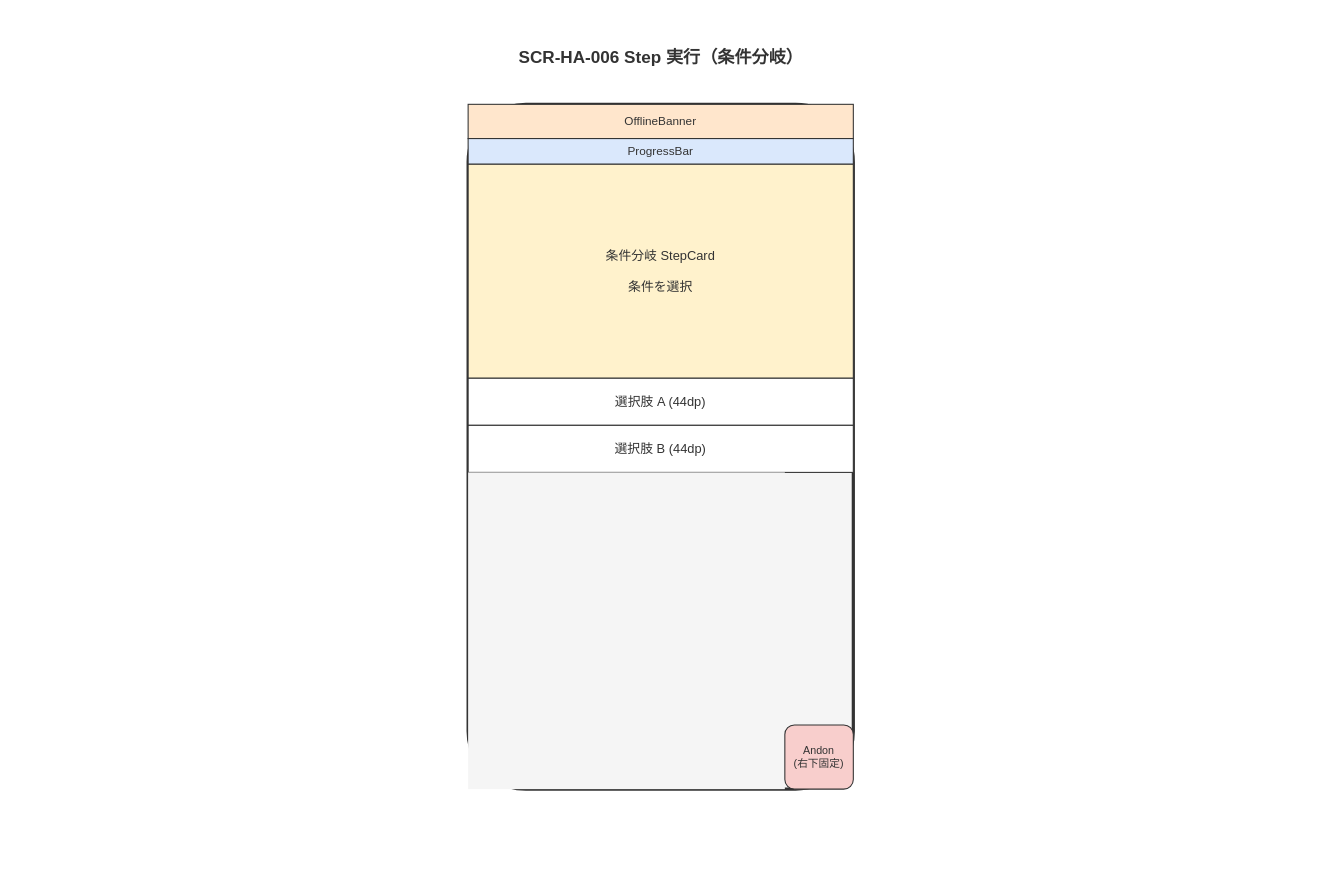
The draw.io diagram docs/04_概要設計/03_画面設計/img/fig_des_screen_ha_006.drawio in RyuheiKiso/work-navigation-app, before the edit. Source tidied: cells renumbered, new cells numbered last; positions are measured from the earlier drawing's top-left corner, leaving out a move shared by most shapes. Both pictures are drawn from the tidied source at 107%, with x=0, y=0 at pixel (18, 18).
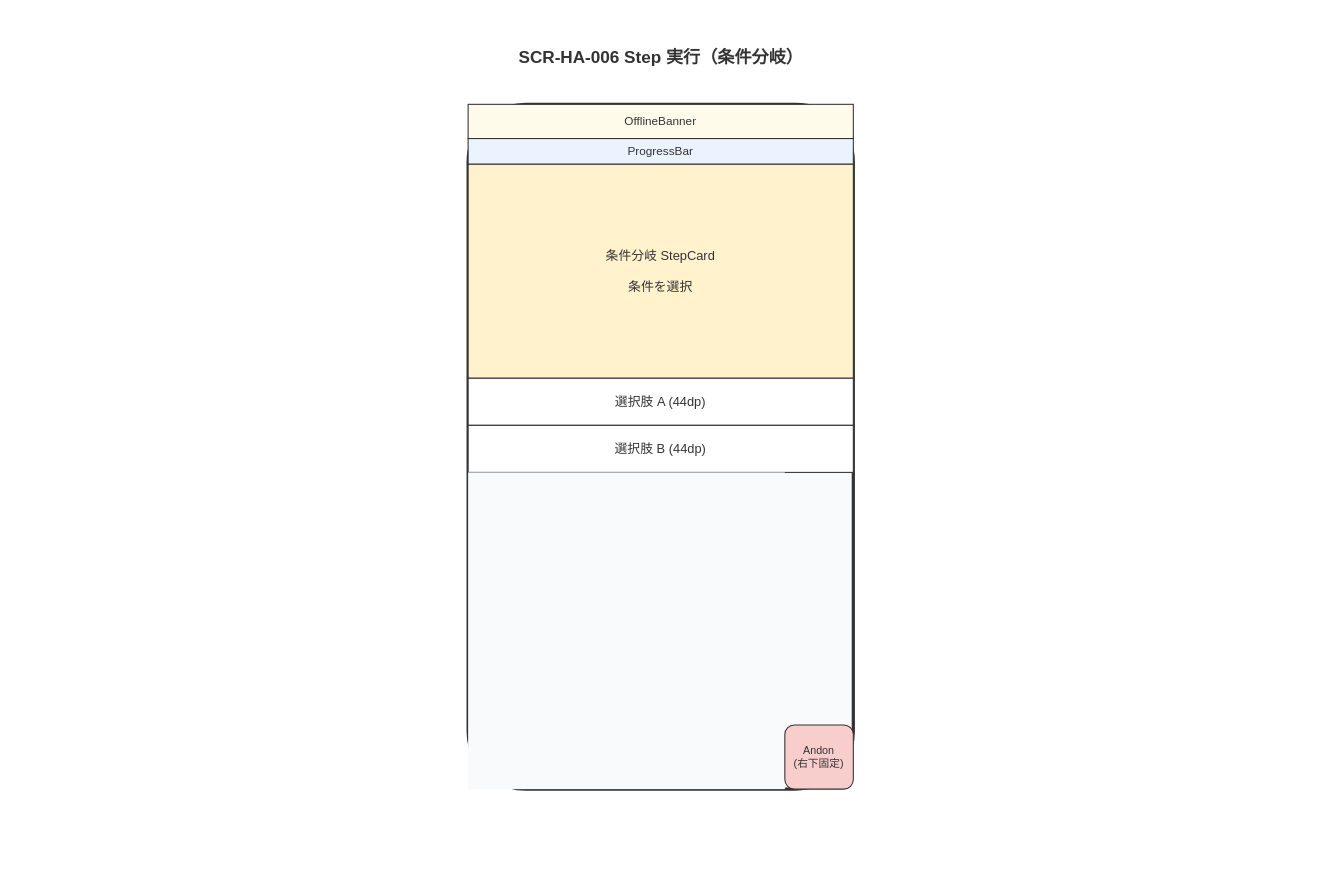
The same page after the edit.

What changed in the source:
```diff
@@
 <mxGraphModel background="#FFFFFF">
   <root>
     <mxCell id="0" />
     <mxCell id="1" parent="0" />
     <mxCell id="2" style="rounded=0;whiteSpace=wrap;html=1;fillColor=#FFFFFF;strokeColor=none;" parent="1" vertex="1">
       <mxGeometry width="1200" height="800" as="geometry" />
     </mxCell>
     <mxCell id="3" value="SCR-HA-006 Step 実行（条件分岐）" style="text;html=1;fontFamily=Helvetica;fontSize=16;fontStyle=1;align=center;verticalAlign=middle;fillColor=none;strokeColor=none;fontColor=#333333;" parent="1" vertex="1">
       <mxGeometry x="380" y="20" width="440" height="32" as="geometry" />
     </mxCell>
-    <mxCell id="4" style="rounded=1;whiteSpace=wrap;html=1;fillColor=#f5f5f5;strokeColor=#333333;strokeWidth=3;" parent="1" vertex="1">
+    <mxCell id="4" style="rounded=1;whiteSpace=wrap;html=1;fillColor=#F8FAFC;strokeColor=#333333;strokeWidth=3;" parent="1" vertex="1">
       <mxGeometry x="420" y="80" width="360" height="640" as="geometry" />
     </mxCell>
-    <mxCell id="5" value="OfflineBanner" style="rounded=0;whiteSpace=wrap;html=1;fillColor=#ffe6cc;strokeColor=#333333;fontSize=11;fontColor=#333333;" parent="1" vertex="1">
+    <mxCell id="5" value="OfflineBanner" style="rounded=0;whiteSpace=wrap;html=1;fillColor=#FFFBEB;strokeColor=#333333;fontSize=11;fontColor=#333333;" parent="1" vertex="1">
       <mxGeometry x="420" y="80" width="360" height="32" as="geometry" />
     </mxCell>
-    <mxCell id="6" value="ProgressBar" style="rounded=0;whiteSpace=wrap;html=1;fillColor=#dae8fc;strokeColor=#333333;fontSize=11;fontColor=#333333;" parent="1" vertex="1">
+    <mxCell id="6" value="ProgressBar" style="rounded=0;whiteSpace=wrap;html=1;fillColor=#EBF3FE;strokeColor=#333333;fontSize=11;fontColor=#333333;" parent="1" vertex="1">
       <mxGeometry x="420" y="112" width="360" height="24" as="geometry" />
     </mxCell>
     <mxCell id="7" value="条件分岐 StepCard&#10;&#10;条件を選択" style="rounded=0;whiteSpace=wrap;html=1;fillColor=#fff2cc;strokeColor=#333333;fontSize=12;fontColor=#333333;" parent="1" vertex="1">
       <mxGeometry x="420" y="136" width="360" height="200" as="geometry" />
     </mxCell>
     <mxCell id="8" value="選択肢 A (44dp)" style="rounded=0;whiteSpace=wrap;html=1;fillColor=#FFFFFF;strokeColor=#333333;fontSize=12;fontColor=#333333;" parent="1" vertex="1">
       <mxGeometry x="420" y="336" width="360" height="44" as="geometry" />
     </mxCell>
     <mxCell id="9" value="選択肢 B (44dp)" style="rounded=0;whiteSpace=wrap;html=1;fillColor=#FFFFFF;strokeColor=#333333;fontSize=12;fontColor=#333333;" parent="1" vertex="1">
       <mxGeometry x="420" y="380" width="360" height="44" as="geometry" />
     </mxCell>
-    <mxCell id="10" style="rounded=0;whiteSpace=wrap;html=1;fillColor=#f5f5f5;strokeColor=none;" parent="1" vertex="1">
+    <mxCell id="10" style="rounded=0;whiteSpace=wrap;html=1;fillColor=#F8FAFC;strokeColor=none;" parent="1" vertex="1">
       <mxGeometry x="420" y="424" width="296" height="296" as="geometry" />
     </mxCell>
     <mxCell id="11" value="Andon&#10;(右下固定)" style="rounded=1;whiteSpace=wrap;html=1;fillColor=#f8cecc;strokeColor=#333333;fontSize=10;fontColor=#333333;" parent="1" vertex="1">
       <mxGeometry x="716" y="660" width="64" height="60" as="geometry" />
     </mxCell>
   </root>
 </mxGraphModel>
```
